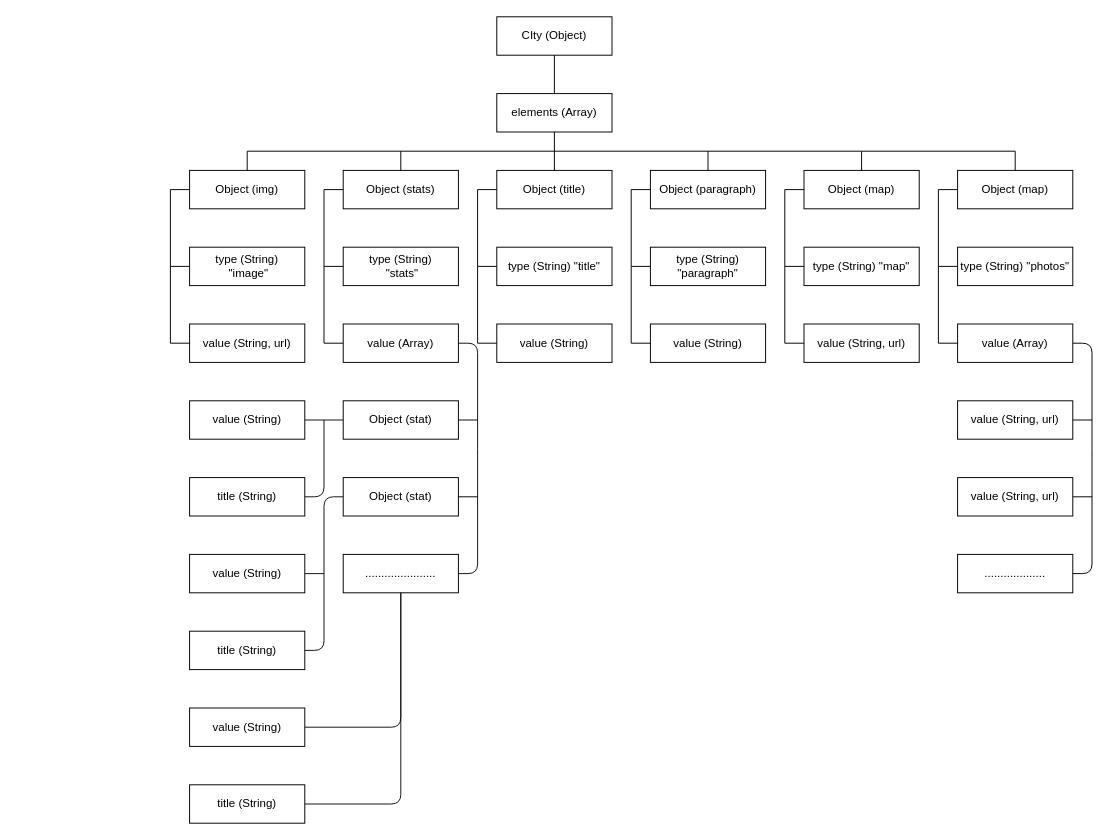
The draw.io diagram urbash.drawio in GeorgeShvab/urbash, before the edit. Source tidied: cells renumbered, new cells numbered last; positions are measured from the earlier drawing's top-left corner, leaving out a move shared by most shapes. Both pictures are drawn from the tidied source at 96%, with x=0, y=0 at pixel (170, 16).
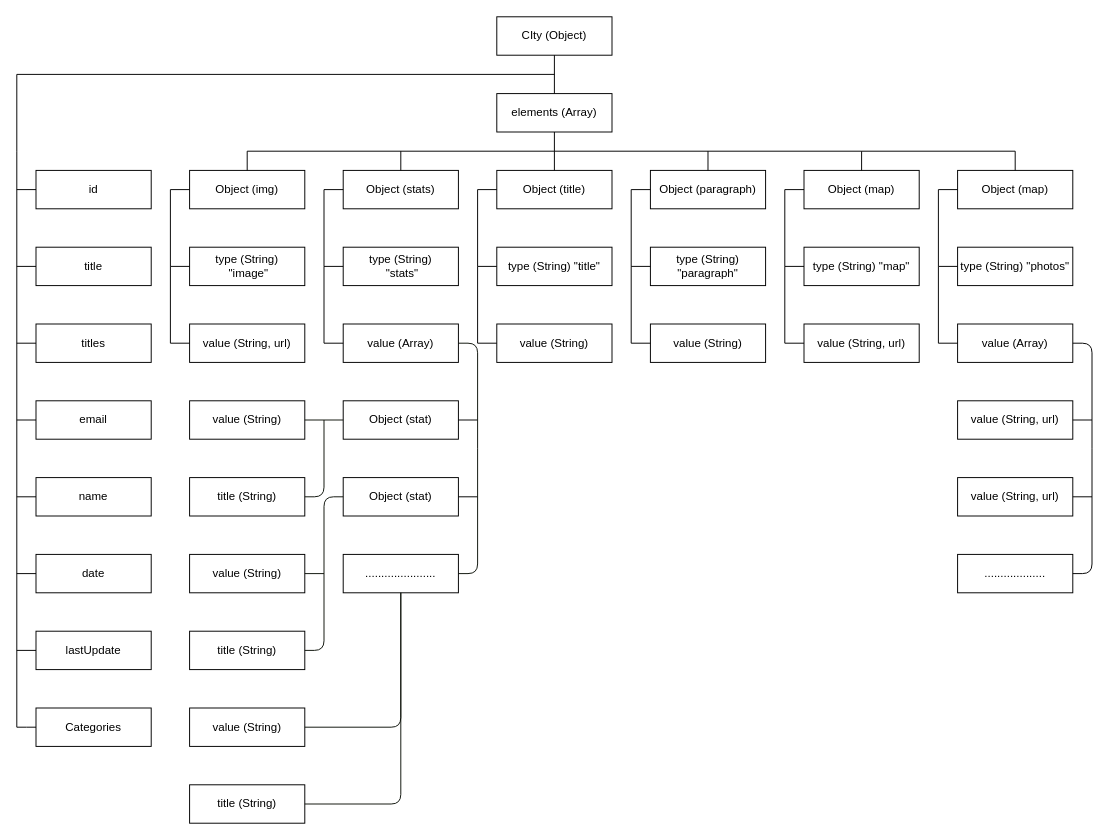
The same diagram, later.

The edit, as a diff of the source:
```diff
@@
+    <mxCell id="65" value="email" style="rounded=0;whiteSpace=wrap;html=1;" parent="1" vertex="1">
+      <mxGeometry x="-140" y="400" width="120" height="40" as="geometry" />
+    </mxCell>
+    <mxCell id="66" value="id" style="rounded=0;whiteSpace=wrap;html=1;" parent="1" vertex="1">
+      <mxGeometry x="-140" y="160" width="120" height="40" as="geometry" />
+    </mxCell>
+    <mxCell id="67" value="title" style="rounded=0;whiteSpace=wrap;html=1;" parent="1" vertex="1">
+      <mxGeometry x="-140" y="240" width="120" height="40" as="geometry" />
+    </mxCell>
+    <mxCell id="68" value="titles" style="rounded=0;whiteSpace=wrap;html=1;" parent="1" vertex="1">
+      <mxGeometry x="-140" y="320" width="120" height="40" as="geometry" />
+    </mxCell>
+    <mxCell id="69" value="name" style="rounded=0;whiteSpace=wrap;html=1;" parent="1" vertex="1">
+      <mxGeometry x="-140" y="480" width="120" height="40" as="geometry" />
+    </mxCell>
+    <mxCell id="70" value="date" style="rounded=0;whiteSpace=wrap;html=1;" parent="1" vertex="1">
+      <mxGeometry x="-140" y="560" width="120" height="40" as="geometry" />
+    </mxCell>
+    <mxCell id="71" value="lastUpdate" style="rounded=0;whiteSpace=wrap;html=1;" parent="1" vertex="1">
+      <mxGeometry x="-140" y="640" width="120" height="40" as="geometry" />
+    </mxCell>
+    <mxCell id="72" value="Categories" style="rounded=0;whiteSpace=wrap;html=1;" parent="1" vertex="1">
+      <mxGeometry x="-140" y="720" width="120" height="40" as="geometry" />
+    </mxCell>
+    <mxCell id="73" style="endArrow=none;html=1;rounded=0;" parent="1" edge="1">
+      <mxGeometry relative="1" as="geometry">
+        <mxPoint x="-160" y="740" as="sourcePoint" />
+        <mxPoint x="400" y="60" as="targetPoint" />
+        <Array as="points">
+          <mxPoint x="-160" y="140" />
+          <mxPoint x="-160" y="60" />
+        </Array>
+      </mxGeometry>
+    </mxCell>
+    <mxCell id="74" style="endArrow=none;html=1;rounded=0;" parent="1" edge="1">
+      <mxGeometry relative="1" as="geometry">
+        <mxPoint x="-140" y="740" as="sourcePoint" />
+        <mxPoint x="-160" y="740" as="targetPoint" />
+        <Array as="points">
+          <mxPoint x="-150" y="740" />
+        </Array>
+      </mxGeometry>
+    </mxCell>
+    <mxCell id="75" style="endArrow=none;html=1;rounded=0;exitX=0;exitY=0.5;exitDx=0;exitDy=0;" parent="1" edge="1" source="71">
+      <mxGeometry relative="1" as="geometry">
+        <mxPoint x="-160" y="660" as="targetPoint" />
+      </mxGeometry>
+    </mxCell>
+    <mxCell id="76" style="endArrow=none;html=1;rounded=0;exitX=0;exitY=0.5;exitDx=0;exitDy=0;" parent="1" edge="1" source="65">
+      <mxGeometry relative="1" as="geometry">
+        <mxPoint x="-140" y="420" as="targetPoint" />
+      </mxGeometry>
+    </mxCell>
+    <mxCell id="77" style="endArrow=none;html=1;rounded=0;exitX=0;exitY=0.5;exitDx=0;exitDy=0;" parent="1" edge="1" source="70">
+      <mxGeometry relative="1" as="geometry">
+        <mxPoint x="-160" y="580" as="targetPoint" />
+      </mxGeometry>
+    </mxCell>
+    <mxCell id="78" style="endArrow=none;html=1;rounded=0;" parent="1" edge="1">
+      <mxGeometry relative="1" as="geometry">
+        <mxPoint x="-160" y="500" as="sourcePoint" />
+        <mxPoint x="-140" y="500" as="targetPoint" />
+      </mxGeometry>
+    </mxCell>
+    <mxCell id="79" style="endArrow=none;html=1;rounded=0;exitX=0;exitY=0.5;exitDx=0;exitDy=0;" parent="1" edge="1" source="68">
+      <mxGeometry relative="1" as="geometry">
+        <mxPoint x="-160" y="340" as="targetPoint" />
+      </mxGeometry>
+    </mxCell>
+    <mxCell id="80" style="endArrow=none;html=1;rounded=0;" parent="1" edge="1">
+      <mxGeometry relative="1" as="geometry">
+        <mxPoint x="-160" y="420" as="sourcePoint" />
+        <mxPoint x="-140" y="420" as="targetPoint" />
+      </mxGeometry>
+    </mxCell>
+    <mxCell id="81" style="endArrow=none;html=1;rounded=0;" parent="1" edge="1">
+      <mxGeometry relative="1" as="geometry">
+        <mxPoint x="-160" y="260" as="sourcePoint" />
+        <mxPoint x="-140" y="260" as="targetPoint" />
+      </mxGeometry>
+    </mxCell>
+    <mxCell id="82" style="endArrow=none;html=1;rounded=0;" parent="1" edge="1">
+      <mxGeometry relative="1" as="geometry">
+        <mxPoint x="-160" y="180" as="sourcePoint" />
+        <mxPoint x="-140" y="180" as="targetPoint" />
+      </mxGeometry>
+    </mxCell>
```
